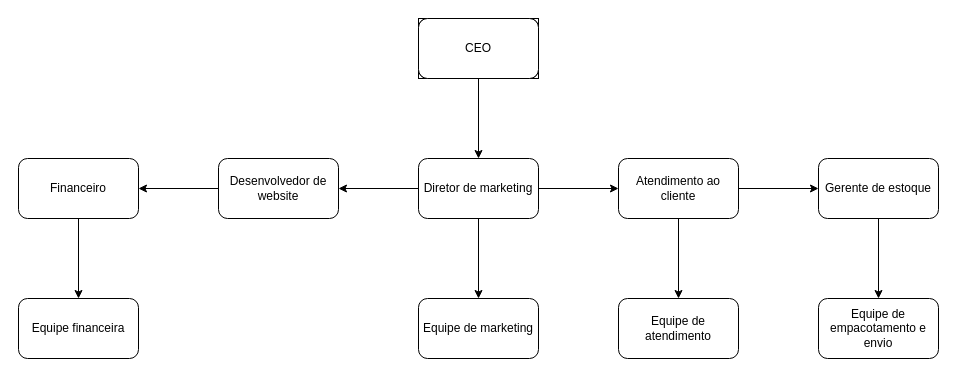
Above: Funcionarios.drawio in Tawfik-Metwally/Python (draw.io), before the change. Source tidied: cells renumbered, new cells numbered last; positions are measured from the earlier drawing's top-left corner, leaving out a move shared by most shapes. Both pictures are drawn from the tidied source at 100%, with x=0, y=0 at pixel (18, 18).
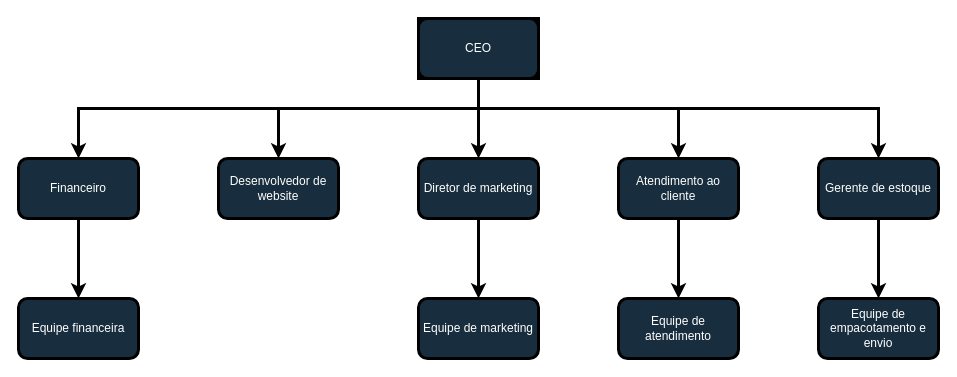
The same page after the edit.

Diff of the diagram source:
```diff
@@
-    <mxCell id="2" style="rounded=1;whiteSpace=wrap;html=1;" parent="1" vertex="1">
+    <mxCell id="2" style="rounded=1;whiteSpace=wrap;html=1;labelBackgroundColor=none;fillColor=#182E3E;strokeColor=#000000;fontColor=#FFFFFF;strokeWidth=3;" parent="1" vertex="1">
       <mxGeometry x="400" width="120" height="60" as="geometry" />
     </mxCell>
-    <mxCell id="3" style="rounded=0;whiteSpace=wrap;html=1;" parent="1" vertex="1">
+    <mxCell id="3" style="rounded=0;whiteSpace=wrap;html=1;labelBackgroundColor=none;fillColor=#182E3E;strokeColor=#000000;fontColor=#FFFFFF;strokeWidth=3;" parent="1" vertex="1">
       <mxGeometry x="400" width="120" height="60" as="geometry" />
     </mxCell>
-    <mxCell id="4" style="rounded=1;whiteSpace=wrap;html=1;" parent="1" vertex="1">
+    <mxCell id="4" style="rounded=1;whiteSpace=wrap;html=1;labelBackgroundColor=none;fillColor=#182E3E;strokeColor=#000000;fontColor=#FFFFFF;strokeWidth=3;" parent="1" vertex="1">
       <mxGeometry x="400" width="120" height="60" as="geometry" />
     </mxCell>
-    <mxCell id="5" style="edgeStyle=orthogonalEdgeStyle;rounded=0;jettySize=auto;html=1;" parent="1" edge="1" source="6" target="10">
+    <mxCell id="5" style="edgeStyle=orthogonalEdgeStyle;rounded=0;jettySize=auto;html=1;labelBackgroundColor=none;strokeColor=#000000;fontColor=default;strokeWidth=3;" parent="1" edge="1" source="6" target="10">
       <mxGeometry relative="1" as="geometry" />
     </mxCell>
+    <mxCell id="24" style="edgeStyle=orthogonalEdgeStyle;rounded=0;jettySize=auto;html=1;entryX=0.5;entryY=0;entryDx=0;entryDy=0;strokeColor=#000000;fontColor=default;labelBackgroundColor=none;strokeWidth=3;" parent="1" edge="1" source="6" target="16">
+      <mxGeometry relative="1" as="geometry">
+        <Array as="points">
+          <mxPoint x="460" y="90" />
+          <mxPoint x="660" y="90" />
+        </Array>
+      </mxGeometry>
+    </mxCell>
+    <mxCell id="25" style="edgeStyle=orthogonalEdgeStyle;rounded=0;jettySize=auto;html=1;entryX=0.5;entryY=0;entryDx=0;entryDy=0;strokeColor=#000000;strokeWidth=3;" parent="1" edge="1" source="6" target="19">
+      <mxGeometry relative="1" as="geometry">
+        <Array as="points">
+          <mxPoint x="460" y="90" />
+          <mxPoint x="860" y="90" />
+        </Array>
+      </mxGeometry>
+    </mxCell>
+    <mxCell id="26" style="edgeStyle=orthogonalEdgeStyle;rounded=0;jettySize=auto;html=1;entryX=0.5;entryY=0;entryDx=0;entryDy=0;strokeColor=#000000;strokeWidth=3;" parent="1" edge="1" source="6" target="13">
+      <mxGeometry relative="1" as="geometry">
+        <Array as="points">
+          <mxPoint x="460" y="90" />
+          <mxPoint x="260" y="90" />
+        </Array>
+      </mxGeometry>
+    </mxCell>
+    <mxCell id="27" style="edgeStyle=orthogonalEdgeStyle;rounded=0;jettySize=auto;html=1;entryX=0.5;entryY=0;entryDx=0;entryDy=0;strokeColor=#000000;strokeWidth=3;" parent="1" edge="1" source="6" target="22">
+      <mxGeometry relative="1" as="geometry">
+        <Array as="points">
+          <mxPoint x="460" y="90" />
+          <mxPoint x="60" y="90" />
+        </Array>
+      </mxGeometry>
+    </mxCell>
-    <mxCell id="6" value="CEO" style="rounded=1;whiteSpace=wrap;html=1;" parent="1" vertex="1">
+    <mxCell id="6" value="CEO" style="rounded=1;whiteSpace=wrap;html=1;labelBackgroundColor=none;fillColor=#182E3E;strokeColor=#000000;fontColor=#FFFFFF;strokeWidth=3;" parent="1" vertex="1">
       <mxGeometry x="400" width="120" height="60" as="geometry" />
     </mxCell>
-    <mxCell id="7" style="edgeStyle=orthogonalEdgeStyle;rounded=0;jettySize=auto;html=1;" parent="1" edge="1" source="10" target="11">
+    <mxCell id="7" style="edgeStyle=orthogonalEdgeStyle;rounded=0;jettySize=auto;html=1;labelBackgroundColor=none;strokeColor=#000000;fontColor=default;strokeWidth=3;" parent="1" edge="1" source="10" target="11">
       <mxGeometry relative="1" as="geometry" />
     </mxCell>
-    <mxCell id="8" style="edgeStyle=orthogonalEdgeStyle;rounded=0;jettySize=auto;html=1;" parent="1" edge="1" source="10" target="13">
-      <mxGeometry relative="1" as="geometry" />
-    </mxCell>
-    <mxCell id="9" style="edgeStyle=orthogonalEdgeStyle;rounded=0;jettySize=auto;html=1;" parent="1" edge="1" source="10" target="16">
-      <mxGeometry relative="1" as="geometry" />
-    </mxCell>
-    <mxCell id="10" value="Diretor de marketing" style="whiteSpace=wrap;html=1;rounded=1;" parent="1" vertex="1">
+    <mxCell id="10" value="Diretor de marketing" style="whiteSpace=wrap;html=1;rounded=1;labelBackgroundColor=none;fillColor=#182E3E;strokeColor=#000000;fontColor=#FFFFFF;strokeWidth=3;" parent="1" vertex="1">
       <mxGeometry x="400" y="140" width="120" height="60" as="geometry" />
     </mxCell>
-    <mxCell id="11" value="Equipe de marketing" style="whiteSpace=wrap;html=1;rounded=1;" parent="1" vertex="1">
+    <mxCell id="11" value="Equipe de marketing" style="whiteSpace=wrap;html=1;rounded=1;labelBackgroundColor=none;fillColor=#182E3E;strokeColor=#000000;fontColor=#FFFFFF;strokeWidth=3;" parent="1" vertex="1">
       <mxGeometry x="400" y="280" width="120" height="60" as="geometry" />
     </mxCell>
-    <mxCell id="12" style="edgeStyle=orthogonalEdgeStyle;rounded=0;jettySize=auto;html=1;" parent="1" edge="1" source="13" target="22">
-      <mxGeometry relative="1" as="geometry" />
-    </mxCell>
-    <mxCell id="13" value="Desenvolvedor de website" style="whiteSpace=wrap;html=1;rounded=1;" parent="1" vertex="1">
+    <mxCell id="13" value="Desenvolvedor de website" style="whiteSpace=wrap;html=1;rounded=1;labelBackgroundColor=none;fillColor=#182E3E;strokeColor=#000000;fontColor=#FFFFFF;strokeWidth=3;" parent="1" vertex="1">
       <mxGeometry x="200" y="140" width="120" height="60" as="geometry" />
     </mxCell>
-    <mxCell id="14" style="edgeStyle=orthogonalEdgeStyle;rounded=0;jettySize=auto;html=1;" parent="1" edge="1" source="16" target="17">
+    <mxCell id="14" style="edgeStyle=orthogonalEdgeStyle;rounded=0;jettySize=auto;html=1;labelBackgroundColor=none;strokeColor=#000000;fontColor=default;strokeWidth=3;" parent="1" edge="1" source="16" target="17">
       <mxGeometry relative="1" as="geometry" />
     </mxCell>
-    <mxCell id="15" style="edgeStyle=orthogonalEdgeStyle;rounded=0;jettySize=auto;html=1;" parent="1" edge="1" source="16" target="19">
-      <mxGeometry relative="1" as="geometry" />
-    </mxCell>
-    <mxCell id="16" value="Atendimento ao cliente" style="whiteSpace=wrap;html=1;rounded=1;" parent="1" vertex="1">
+    <mxCell id="16" value="Atendimento ao cliente" style="whiteSpace=wrap;html=1;rounded=1;labelBackgroundColor=none;fillColor=#182E3E;strokeColor=#000000;fontColor=#FFFFFF;strokeWidth=3;" parent="1" vertex="1">
       <mxGeometry x="600" y="140" width="120" height="60" as="geometry" />
     </mxCell>
-    <mxCell id="17" value="Equipe de atendimento" style="whiteSpace=wrap;html=1;rounded=1;" parent="1" vertex="1">
+    <mxCell id="17" value="Equipe de atendimento" style="whiteSpace=wrap;html=1;rounded=1;labelBackgroundColor=none;fillColor=#182E3E;strokeColor=#000000;fontColor=#FFFFFF;strokeWidth=3;" parent="1" vertex="1">
       <mxGeometry x="600" y="280" width="120" height="60" as="geometry" />
     </mxCell>
-    <mxCell id="18" style="edgeStyle=orthogonalEdgeStyle;rounded=0;jettySize=auto;html=1;" parent="1" edge="1" source="19" target="20">
+    <mxCell id="18" style="edgeStyle=orthogonalEdgeStyle;rounded=0;jettySize=auto;html=1;labelBackgroundColor=none;strokeColor=#000000;fontColor=default;strokeWidth=3;" parent="1" edge="1" source="19" target="20">
       <mxGeometry relative="1" as="geometry" />
     </mxCell>
-    <mxCell id="19" value="Gerente de estoque" style="whiteSpace=wrap;html=1;rounded=1;" parent="1" vertex="1">
+    <mxCell id="19" value="Gerente de estoque" style="whiteSpace=wrap;html=1;rounded=1;labelBackgroundColor=none;fillColor=#182E3E;strokeColor=#000000;fontColor=#FFFFFF;strokeWidth=3;" parent="1" vertex="1">
       <mxGeometry x="800" y="140" width="120" height="60" as="geometry" />
     </mxCell>
-    <mxCell id="20" value="Equipe de empacotamento e envio" style="whiteSpace=wrap;html=1;rounded=1;" parent="1" vertex="1">
+    <mxCell id="20" value="Equipe de empacotamento e envio" style="whiteSpace=wrap;html=1;rounded=1;labelBackgroundColor=none;fillColor=#182E3E;strokeColor=#000000;fontColor=#FFFFFF;strokeWidth=3;" parent="1" vertex="1">
       <mxGeometry x="800" y="280" width="120" height="60" as="geometry" />
     </mxCell>
-    <mxCell id="21" style="edgeStyle=orthogonalEdgeStyle;rounded=0;jettySize=auto;html=1;" parent="1" edge="1" source="22" target="23">
+    <mxCell id="21" style="edgeStyle=orthogonalEdgeStyle;rounded=0;jettySize=auto;html=1;labelBackgroundColor=none;strokeColor=#000000;fontColor=default;strokeWidth=3;" parent="1" edge="1" source="22" target="23">
       <mxGeometry relative="1" as="geometry" />
     </mxCell>
-    <mxCell id="22" value="Financeiro" style="whiteSpace=wrap;html=1;rounded=1;" parent="1" vertex="1">
+    <mxCell id="22" value="Financeiro" style="whiteSpace=wrap;html=1;rounded=1;labelBackgroundColor=none;fillColor=#182E3E;strokeColor=#000000;fontColor=#FFFFFF;strokeWidth=3;" parent="1" vertex="1">
       <mxGeometry y="140" width="120" height="60" as="geometry" />
     </mxCell>
-    <mxCell id="23" value="Equipe financeira" style="whiteSpace=wrap;html=1;rounded=1;" parent="1" vertex="1">
+    <mxCell id="23" value="Equipe financeira" style="whiteSpace=wrap;html=1;rounded=1;labelBackgroundColor=none;fillColor=#182E3E;strokeColor=#000000;fontColor=#FFFFFF;strokeWidth=3;" parent="1" vertex="1">
       <mxGeometry y="280" width="120" height="60" as="geometry" />
     </mxCell>
```
